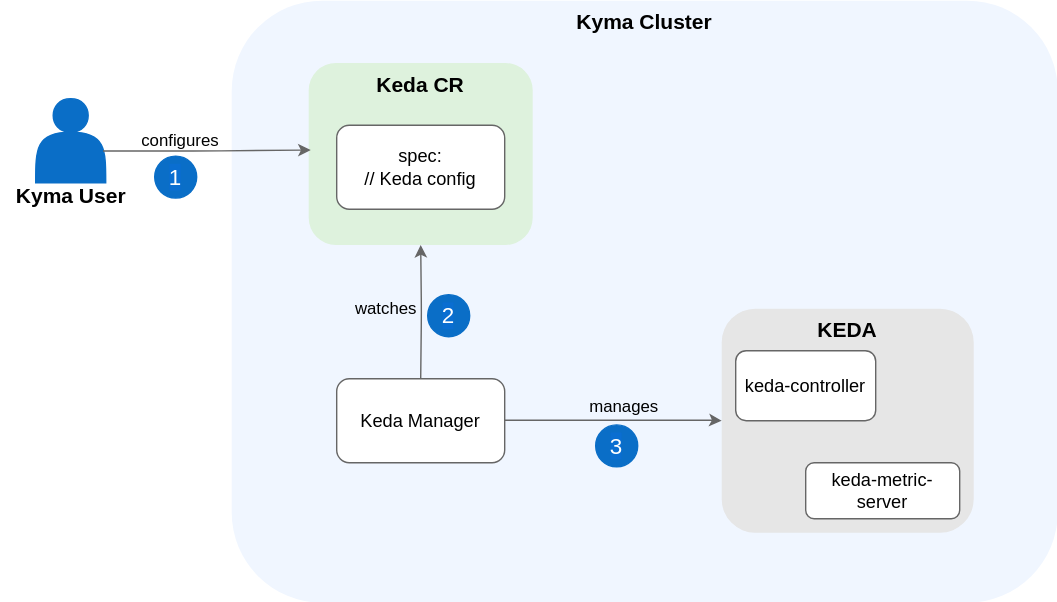
Above: docs/assets/keda_architecture.svg in kyma-project/keda-manager (draw.io), before the change. Source tidied: cells renumbered, new cells last; positions are measured from the earlier drawing's top-left corner, leaving out a move shared by most shapes.
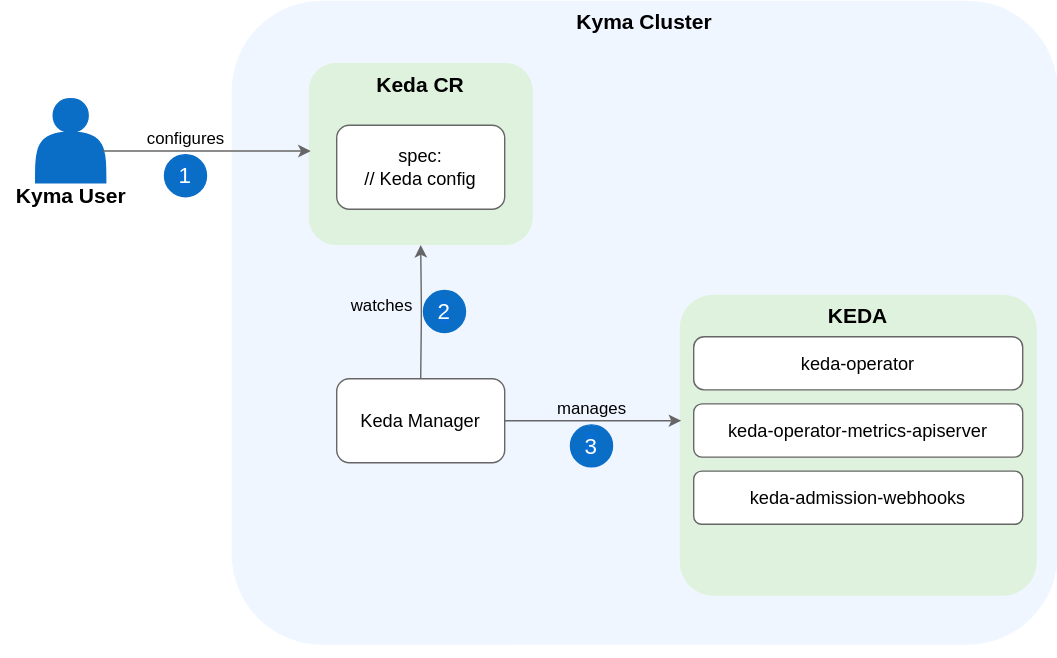
The same file after the commit.

The edit, as a diff of the source:
```diff
@@ -2,32 +2,32 @@
   <root>
     <mxCell id="0" />
     <mxCell id="1" parent="0" />
-    <mxCell id="2" value="&lt;b style=&quot;color: rgb(0, 0, 0); font-size: 15px;&quot;&gt;&lt;font style=&quot;font-size: 15px;&quot;&gt;Kyma Cluster&lt;br style=&quot;font-size: 15px;&quot;&gt;&lt;/font&gt;&lt;/b&gt;" style="rounded=1;whiteSpace=wrap;html=1;fillColor=#F0F6FF;strokeColor=none;fontColor=#333333;verticalAlign=top;fontSize=15;" parent="1" vertex="1">
-      <mxGeometry x="165" width="590" height="430" as="geometry" />
+    <mxCell id="2" value="&lt;b style=&quot;color: rgb(0, 0, 0); font-size: 15px;&quot;&gt;&lt;font style=&quot;font-size: 15px;&quot;&gt;Kyma Cluster&lt;br style=&quot;font-size: 15px;&quot;&gt;&lt;/font&gt;&lt;/b&gt;" style="rounded=1;whiteSpace=wrap;html=1;fillColor=#F0F6FF;strokeColor=none;fontColor=#000000;verticalAlign=top;fontSize=15;" parent="1" vertex="1">
+      <mxGeometry x="165" width="590" height="460" as="geometry" />
     </mxCell>
-    <mxCell id="3" style="group;fontColor=light-dark(#000000,#000000);" parent="1" vertex="1">
+    <mxCell id="3" style="group;fontColor=#000000;" parent="1" vertex="1">
       <mxGeometry x="5" y="70" width="95" height="84" as="geometry" />
     </mxCell>
     <mxCell id="4" style="shape=actor;whiteSpace=wrap;html=1;fillColor=#0A6EC7;strokeColor=#0A6EC7;" parent="3" vertex="1">
       <mxGeometry x="20" width="50" height="60" as="geometry" />
     </mxCell>
-    <mxCell id="5" value="&lt;font style=&quot;font-size: 15px; color: light-dark(rgb(0, 0, 0), rgb(0, 0, 0));&quot;&gt;&lt;b&gt;Kyma User&lt;/b&gt;&lt;/font&gt;" style="text;html=1;align=center;verticalAlign=middle;fontSize=15;" parent="3" vertex="1">
+    <mxCell id="5" value="&lt;font style=&quot;font-size: 15px; color: #000000;&quot;&gt;&lt;b&gt;Kyma User&lt;/b&gt;&lt;/font&gt;" style="text;html=1;align=center;verticalAlign=middle;fontSize=15;" parent="3" vertex="1">
       <mxGeometry x="-5" y="54" width="100" height="30" as="geometry" />
     </mxCell>
     <mxCell id="6" value="&lt;b style=&quot;color: rgb(0, 0, 0); font-size: 15px;&quot;&gt;Keda CR&lt;br style=&quot;font-size: 15px;&quot;&gt;&lt;/b&gt;" style="rounded=1;whiteSpace=wrap;html=1;dashed=1;fillColor=#DEF2DD;strokeColor=none;verticalAlign=top;fontSize=15;" parent="1" vertex="1">
       <mxGeometry x="220" y="44.5" width="160" height="130" as="geometry" />
     </mxCell>
-    <mxCell id="7" value="&lt;b style=&quot;color: rgb(0, 0, 0); font-size: 15px;&quot;&gt;&lt;font style=&quot;font-size: 15px;&quot;&gt;KEDA&lt;/font&gt;&lt;/b&gt;" style="rounded=1;whiteSpace=wrap;html=1;fillColor=#e6e6e6;strokeColor=none;fontColor=#333333;verticalAlign=top;fontSize=15;" parent="1" vertex="1">
-      <mxGeometry x="515" y="220" width="180" height="160" as="geometry" />
+    <mxCell id="7" value="&lt;b style=&quot;color: rgb(0, 0, 0); font-size: 15px;&quot;&gt;&lt;font style=&quot;font-size: 15px;&quot;&gt;KEDA&lt;/font&gt;&lt;/b&gt;" style="rounded=1;whiteSpace=wrap;html=1;fillColor=#DEF2DD;strokeColor=none;fontColor=#000000;verticalAlign=top;fontSize=15;" parent="1" vertex="1">
+      <mxGeometry x="485" y="210" width="255" height="215" as="geometry" />
     </mxCell>
-    <mxCell id="8" value="keda-controller" style="rounded=1;whiteSpace=wrap;html=1;fontColor=#000000;fillColor=#FFFFFF;strokeColor=#666666;fontSize=13;" parent="1" vertex="1">
-      <mxGeometry x="525" y="250" width="100" height="50" as="geometry" />
+    <mxCell id="8" value="keda-operator" style="rounded=1;whiteSpace=wrap;html=1;fontColor=#000000;fillColor=#FFFFFF;strokeColor=#666666;fontSize=13;" parent="1" vertex="1">
+      <mxGeometry x="495" y="240" width="235" height="38" as="geometry" />
     </mxCell>
-    <mxCell id="9" value="spec:&lt;br&gt;// Keda config" style="rounded=1;whiteSpace=wrap;html=1;fontSize=13;strokeColor=#666666;fillColor=#FFFFFF;fontColor=light-dark(#000000,#000000);" parent="1" vertex="1">
+    <mxCell id="9" value="spec:&lt;br&gt;// Keda config" style="rounded=1;whiteSpace=wrap;html=1;fontSize=13;strokeColor=#666666;fillColor=#FFFFFF;fontColor=#000000;" parent="1" vertex="1">
       <mxGeometry x="240" y="89" width="120" height="60" as="geometry" />
     </mxCell>
     <mxCell id="10" value="&lt;font style=&quot;font-size: 16px&quot;&gt;2&lt;/font&gt;" style="ellipse;whiteSpace=wrap;html=1;labelBackgroundColor=#0A6ED1;fontColor=#FFFFFF;fillColor=#0A6EC7;strokeColor=#0A6EC7;" parent="1" vertex="1">
-      <mxGeometry x="305" y="210" width="30" height="30" as="geometry" />
+      <mxGeometry x="302" y="207" width="30" height="30" as="geometry" />
     </mxCell>
     <mxCell id="11" style="edgeStyle=orthogonalEdgeStyle;rounded=1;jettySize=auto;html=1;startArrow=none;startFill=0;endArrow=classic;endFill=1;strokeColor=#666666;entryX=0.5;entryY=1;entryDx=0;entryDy=0;" parent="1" edge="1" target="6">
       <mxGeometry relative="1" as="geometry">
@@ -35,44 +35,43 @@
       </mxGeometry>
     </mxCell>
     <mxCell id="12" value="&lt;font style=&quot;font-size: 16px&quot;&gt;3&lt;/font&gt;" style="ellipse;whiteSpace=wrap;html=1;labelBackgroundColor=#0A6ED1;fontColor=#FFFFFF;fillColor=#0A6EC7;strokeColor=#0A6EC7;" parent="1" vertex="1">
-      <mxGeometry x="425" y="303" width="30" height="30" as="geometry" />
+      <mxGeometry x="407" y="303" width="30" height="30" as="geometry" />
     </mxCell>
     <mxCell id="13" style="edgeStyle=orthogonalEdgeStyle;rounded=1;orthogonalLoop=1;jettySize=auto;html=1;strokeColor=#666666;exitX=1;exitY=0.5;exitDx=0;exitDy=0;" parent="1" edge="1">
       <mxGeometry relative="1" as="geometry">
-        <mxPoint x="350" y="299.7" as="sourcePoint" />
-        <mxPoint x="515" y="300" as="targetPoint" />
-        <Array as="points">
-          <mxPoint x="510" y="299.7" />
-          <mxPoint x="510" y="299.7" />
-        </Array>
+        <mxPoint x="360" y="300" as="sourcePoint" />
+        <mxPoint x="485" y="300" as="targetPoint" />
       </mxGeometry>
     </mxCell>
     <mxCell id="14" value="&lt;font style=&quot;font-size: 16px&quot;&gt;1&lt;/font&gt;" style="ellipse;whiteSpace=wrap;html=1;labelBackgroundColor=#0A6ED1;fontColor=#FFFFFF;fillColor=#0A6EC7;strokeColor=#0A6EC7;" parent="1" vertex="1">
-      <mxGeometry x="110" y="111" width="30" height="30" as="geometry" />
+      <mxGeometry x="117" y="110" width="30" height="30" as="geometry" />
     </mxCell>
-    <mxCell id="15" style="edgeStyle=orthogonalEdgeStyle;rounded=1;jettySize=auto;html=1;startArrow=none;startFill=0;endArrow=classic;endFill=1;strokeColor=#666666;exitX=0.961;exitY=0.623;exitDx=0;exitDy=0;entryX=0.009;entryY=0.478;entryDx=0;entryDy=0;entryPerimeter=0;exitPerimeter=0;" parent="1" edge="1" source="4" target="6">
+    <mxCell id="15" style="edgeStyle=orthogonalEdgeStyle;rounded=1;jettySize=auto;html=1;startArrow=none;startFill=0;endArrow=classic;endFill=1;strokeColor=#666666;exitX=0.961;exitY=0.623;exitDx=0;exitDy=0;entryX=0;entryY=0.484;entryDx=0;entryDy=0;" parent="1" edge="1" source="4" target="6">
       <mxGeometry relative="1" as="geometry" />
     </mxCell>
-    <mxCell id="16" value="configures" style="edgeLabel;html=1;align=center;verticalAlign=middle;labelBackgroundColor=none;fontSize=12;fontColor=light-dark(#000000,#000000);" parent="15" vertex="1">
+    <mxCell id="16" value="configures" style="edgeLabel;html=1;align=center;verticalAlign=middle;labelBackgroundColor=none;fontSize=12;fontColor=#000000;" parent="15" vertex="1">
       <mxGeometry x="0.35" y="-4" relative="1" as="geometry">
         <mxPoint x="-45" y="-11" as="offset" />
       </mxGeometry>
     </mxCell>
-    <mxCell id="17" value="watches" style="edgeLabel;html=1;align=center;verticalAlign=middle;labelBackgroundColor=none;fontSize=12;fontColor=light-dark(#000000,#000000);" parent="15" vertex="1">
+    <mxCell id="17" value="watches" style="edgeLabel;html=1;align=center;verticalAlign=middle;labelBackgroundColor=none;fontSize=12;fontColor=#000000;" parent="15" vertex="1">
       <mxGeometry x="0.35" y="-4" relative="1" as="geometry">
         <mxPoint x="102" y="109" as="offset" />
       </mxGeometry>
     </mxCell>
-    <mxCell id="18" value="manages" style="edgeLabel;html=1;align=center;verticalAlign=middle;labelBackgroundColor=none;fontSize=12;fontColor=light-dark(#000000,#000000);" parent="15" vertex="1">
+    <mxCell id="18" value="manages" style="edgeLabel;html=1;align=center;verticalAlign=middle;labelBackgroundColor=none;fontSize=12;fontColor=#000000;" parent="15" vertex="1">
       <mxGeometry x="0.35" y="-4" relative="1" as="geometry">
         <mxPoint x="272" y="179" as="offset" />
       </mxGeometry>
     </mxCell>
-    <mxCell id="19" value="Keda Manager" style="rounded=1;whiteSpace=wrap;html=1;fontSize=13;strokeColor=#666666;fillColor=#FFFFFF;fontColor=light-dark(#000000,#000000);" parent="1" vertex="1">
+    <mxCell id="19" value="Keda Manager" style="rounded=1;whiteSpace=wrap;html=1;fontSize=13;strokeColor=#666666;fillColor=#FFFFFF;fontColor=#000000;" parent="1" vertex="1">
       <mxGeometry x="240" y="270" width="120" height="60" as="geometry" />
     </mxCell>
-    <mxCell id="20" value="keda-metric-server" style="rounded=1;whiteSpace=wrap;html=1;fontColor=#000000;fillColor=#FFFFFF;strokeColor=#666666;fontSize=13;" parent="1" vertex="1">
-      <mxGeometry x="575" y="330" width="110" height="40" as="geometry" />
+    <mxCell id="20" value="keda-operator-metrics-apiserver" style="rounded=1;whiteSpace=wrap;html=1;fontColor=#000000;fillColor=#FFFFFF;strokeColor=#666666;fontSize=13;" parent="1" vertex="1">
+      <mxGeometry x="495" y="288" width="235" height="38" as="geometry" />
     </mxCell>
+    <mxCell id="21" value="keda-admission-webhooks" style="rounded=1;whiteSpace=wrap;html=1;fontColor=#000000;fillColor=#FFFFFF;strokeColor=#666666;fontSize=13;" parent="1" vertex="1">
+      <mxGeometry x="495" y="336" width="235" height="38" as="geometry" />
+    </mxCell>
   </root>
 </mxGraphModel>
```
